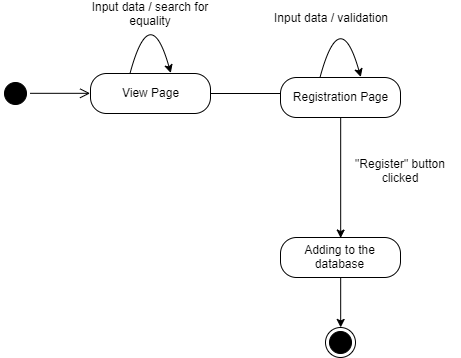
Before: Diagrams/StateDiagrams/AddingPersonStateDiagram.png, a diagram exported from draw.io (EfimSirotkin/SchoolStaffManager). Source tidied: cells renumbered, new cells last; positions are measured from the earlier drawing's top-left corner, leaving out a move shared by most shapes.
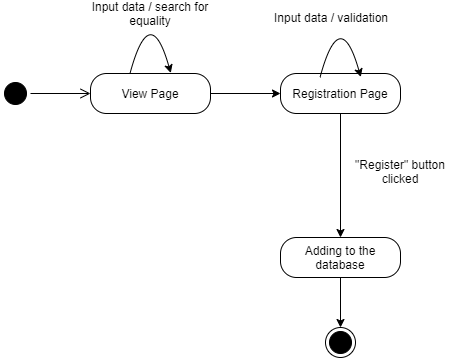
After the change.

Change to the diagram source:
```diff
@@ -26,16 +26,14 @@
     <mxCell id="7" style="edgeStyle=orthogonalEdgeStyle;html=1;verticalAlign=bottom;endArrow=open;endSize=8;strokeColor=#000000;fillColor=#000000;exitX=1;exitY=0.5;exitDx=0;exitDy=0;entryX=0;entryY=0.5;entryDx=0;entryDy=0;" parent="1" edge="1" source="2" target="4">
       <mxGeometry relative="1" as="geometry" />
     </mxCell>
-    <mxCell id="8" style="endArrow=classic;html=1;strokeColor=#000000;fillColor=#000000;exitX=1;exitY=0.5;exitDx=0;exitDy=0;" parent="1" edge="1" source="4">
-      <mxGeometry relative="1" as="geometry">
-        <mxPoint x="330" y="94" as="targetPoint" />
-      </mxGeometry>
+    <mxCell id="8" style="endArrow=classic;html=1;strokeColor=#000000;fillColor=#000000;exitX=1;exitY=0.5;exitDx=0;exitDy=0;entryX=0;entryY=0.5;entryDx=0;entryDy=0;" parent="1" edge="1" source="4" target="10">
+      <mxGeometry relative="1" as="geometry" />
     </mxCell>
     <mxCell id="9" style="edgeStyle=orthogonalEdgeStyle;curved=1;jettySize=auto;html=1;exitX=0.5;exitY=1;exitDx=0;exitDy=0;entryX=0.5;entryY=0;entryDx=0;entryDy=0;strokeColor=#000000;fillColor=#000000;" parent="1" edge="1" source="10" target="14">
       <mxGeometry relative="1" as="geometry" />
     </mxCell>
-    <mxCell id="10" value="Registration Page" style="rounded=1;whiteSpace=wrap;html=1;arcSize=40;fontColor=#000000;fillColor=#FFFFFF;strokeColor=#000000;shadow=0;" parent="1" vertex="1">
-      <mxGeometry x="280" y="78" width="120" height="40" as="geometry" />
+    <mxCell id="10" value="Registration Page" style="rounded=1;whiteSpace=wrap;html=1;arcSize=40;fontColor=#000000;fillColor=none;strokeColor=#000000;shadow=0;" parent="1" vertex="1">
+      <mxGeometry x="280" y="74" width="120" height="40" as="geometry" />
     </mxCell>
     <mxCell id="11" value="Input data / validation" style="text;html=1;strokeColor=none;fillColor=none;align=center;verticalAlign=middle;whiteSpace=wrap;rounded=0;shadow=0;" parent="1" vertex="1">
       <mxGeometry x="270" y="8" width="120" height="20" as="geometry" />
```
